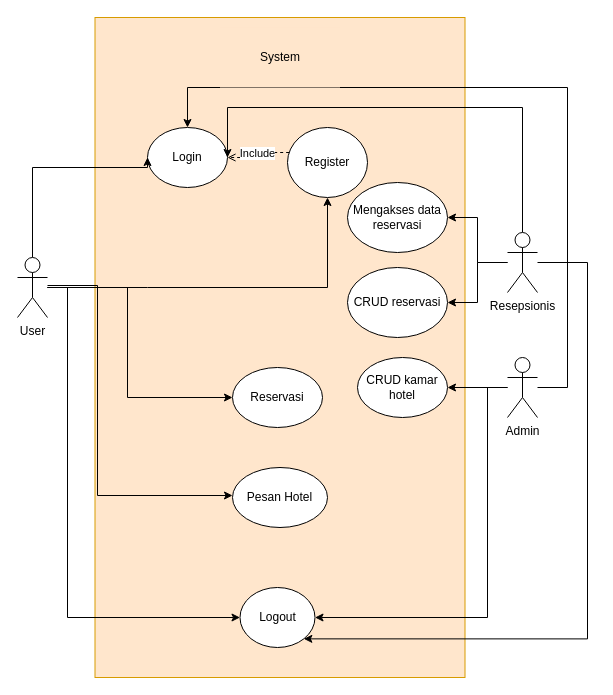
raskolnikov64/diagram-ukk keeps this draw.io diagram as Untitled Diagram.drawio. Above is the earlier version. Source tidied: cells renumbered, new cells numbered last; positions are measured from the earlier drawing's top-left corner, leaving out a move shared by most shapes. Both pictures are drawn from the tidied source at 100%, with x=0, y=0 at pixel (17, 17).
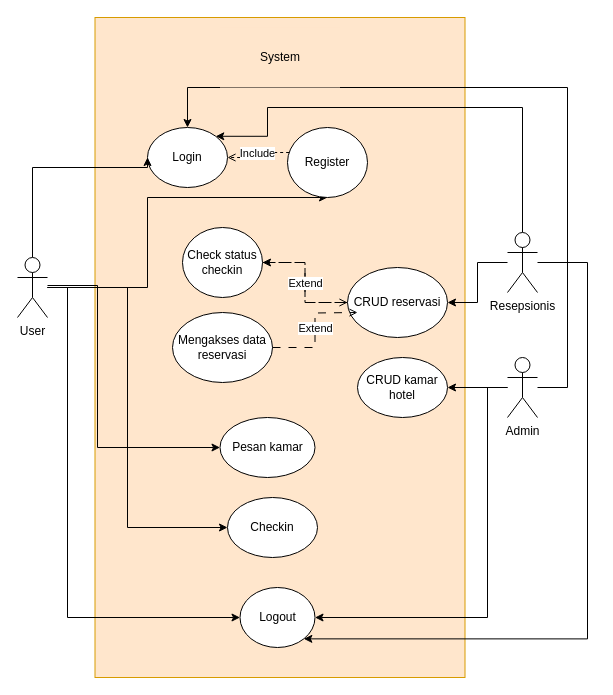
The same page after the edit.

The change refers to these unchanged cells:
```xml
<mxCell id="3" value="Login" style="ellipse;whiteSpace=wrap;html=1;" parent="1" vertex="1">
  <mxGeometry x="130" y="110" width="80" height="60" as="geometry" />
</mxCell>
<mxCell id="9" value="User&lt;br&gt;" style="shape=umlActor;verticalLabelPosition=bottom;verticalAlign=top;html=1;outlineConnect=0;" parent="1" vertex="1">
  <mxGeometry y="240" width="30" height="60" as="geometry" />
</mxCell>
<mxCell id="18" value="Resepsionis" style="shape=umlActor;verticalLabelPosition=bottom;verticalAlign=top;html=1;outlineConnect=0;" parent="1" vertex="1">
  <mxGeometry x="490" y="215" width="30" height="60" as="geometry" />
</mxCell>
<mxCell id="21" value="Register" style="ellipse;whiteSpace=wrap;html=1;" parent="1" vertex="1">
  <mxGeometry x="270" y="110" width="80" height="70" as="geometry" />
</mxCell>
<mxCell id="23" value="CRUD reservasi" style="ellipse;whiteSpace=wrap;html=1;" parent="1" vertex="1">
  <mxGeometry x="330" y="250" width="100" height="70" as="geometry" />
</mxCell>
```

The edit, as a diff of the source:
```diff
@@
     <mxCell id="5" style="edgeStyle=orthogonalEdgeStyle;rounded=0;jettySize=auto;html=1;" parent="1" edge="1" source="9" target="21">
       <mxGeometry relative="1" as="geometry">
         <Array as="points">
           <mxPoint x="130" y="270" />
-          <mxPoint x="130" y="270" />
+          <mxPoint x="130" y="180" />
         </Array>
       </mxGeometry>
     </mxCell>
     <mxCell id="6" style="edgeStyle=orthogonalEdgeStyle;rounded=0;jettySize=auto;html=1;entryX=0;entryY=0.5;entryDx=0;entryDy=0;" parent="1" edge="1" source="9" target="24">
       <mxGeometry relative="1" as="geometry">
         <Array as="points">
           <mxPoint x="110" y="270" />
-          <mxPoint x="110" y="380" />
+          <mxPoint x="110" y="510" />
         </Array>
       </mxGeometry>
     </mxCell>
-    <mxCell id="7" style="edgeStyle=orthogonalEdgeStyle;rounded=0;orthogonalLoop=1;jettySize=auto;html=1;entryX=0;entryY=0.5;entryDx=0;entryDy=0;" parent="1" edge="1">
+    <mxCell id="7" style="edgeStyle=orthogonalEdgeStyle;rounded=0;jettySize=auto;html=1;entryX=0;entryY=0.5;entryDx=0;entryDy=0;" parent="1" edge="1" target="25">
       <mxGeometry relative="1" as="geometry">
         <mxPoint x="30" y="268" as="sourcePoint" />
-        <mxPoint x="215" y="478" as="targetPoint" />
         <Array as="points">
           <mxPoint x="80" y="268" />
-          <mxPoint x="80" y="478" />
+          <mxPoint x="80" y="430" />
         </Array>
       </mxGeometry>
     </mxCell>
@@
-    <mxCell id="14" style="edgeStyle=orthogonalEdgeStyle;rounded=0;jettySize=auto;html=1;entryX=1;entryY=0.5;entryDx=0;entryDy=0;" parent="1" edge="1" source="18" target="3">
+    <mxCell id="14" style="edgeStyle=orthogonalEdgeStyle;rounded=0;jettySize=auto;html=1;entryX=1;entryY=0;entryDx=0;entryDy=0;" parent="1" edge="1" source="18" target="3">
       <mxGeometry relative="1" as="geometry">
         <Array as="points">
           <mxPoint x="505" y="90" />
-          <mxPoint x="210" y="90" />
+          <mxPoint x="250" y="90" />
+          <mxPoint x="250" y="119" />
         </Array>
       </mxGeometry>
     </mxCell>
@@
-    <mxCell id="17" style="edgeStyle=orthogonalEdgeStyle;rounded=0;jettySize=auto;html=1;endArrow=classic;endFill=1;" parent="1" edge="1" source="18" target="27">
-      <mxGeometry relative="1" as="geometry" />
-    </mxCell>
@@
+    <mxCell id="28" style="edgeStyle=orthogonalEdgeStyle;rounded=0;jettySize=auto;html=1;dashed=1;dashPattern=8 8;" parent="1" edge="1" source="23" target="30">
+      <mxGeometry relative="1" as="geometry" />
+    </mxCell>
@@
-    <mxCell id="24" value="Reservasi" style="ellipse;whiteSpace=wrap;html=1;" parent="1" vertex="1">
-      <mxGeometry x="215" y="350" width="90" height="60" as="geometry" />
+    <mxCell id="24" value="Checkin" style="ellipse;whiteSpace=wrap;html=1;" parent="1" vertex="1">
+      <mxGeometry x="210" y="480" width="90" height="60" as="geometry" />
     </mxCell>
-    <mxCell id="25" value="Pesan Hotel" style="ellipse;whiteSpace=wrap;html=1;" parent="1" vertex="1">
-      <mxGeometry x="215" y="450" width="95" height="60" as="geometry" />
+    <mxCell id="25" value="Pesan kamar" style="ellipse;whiteSpace=wrap;html=1;" parent="1" vertex="1">
+      <mxGeometry x="202.5" y="400" width="95" height="60" as="geometry" />
     </mxCell>
@@
     <mxCell id="27" value="Mengakses data reservasi" style="ellipse;whiteSpace=wrap;html=1;" parent="1" vertex="1">
-      <mxGeometry x="330" y="165" width="100" height="70" as="geometry" />
+      <mxGeometry x="155" y="295" width="100" height="70" as="geometry" />
     </mxCell>
+    <mxCell id="29" value="Extend" style="edgeStyle=orthogonalEdgeStyle;jettySize=auto;html=1;dashed=1;dashPattern=8 8;endArrow=open;endFill=0;rounded=0;" parent="1" edge="1" source="30" target="23">
+      <mxGeometry x="0.01" relative="1" as="geometry" />
+    </mxCell>
+    <mxCell id="30" value="Check status checkin" style="ellipse;whiteSpace=wrap;html=1;" parent="1" vertex="1">
+      <mxGeometry x="165" y="210" width="80" height="70" as="geometry" />
+    </mxCell>
+    <mxCell id="31" value="Extend" style="edgeStyle=orthogonalEdgeStyle;jettySize=auto;html=1;dashed=1;dashPattern=8 8;endArrow=open;endFill=0;rounded=0;exitX=1;exitY=0.5;exitDx=0;exitDy=0;" parent="1" edge="1" source="27">
+      <mxGeometry x="0.04" relative="1" as="geometry">
+        <mxPoint x="340" y="295" as="targetPoint" />
+      </mxGeometry>
+    </mxCell>
```
